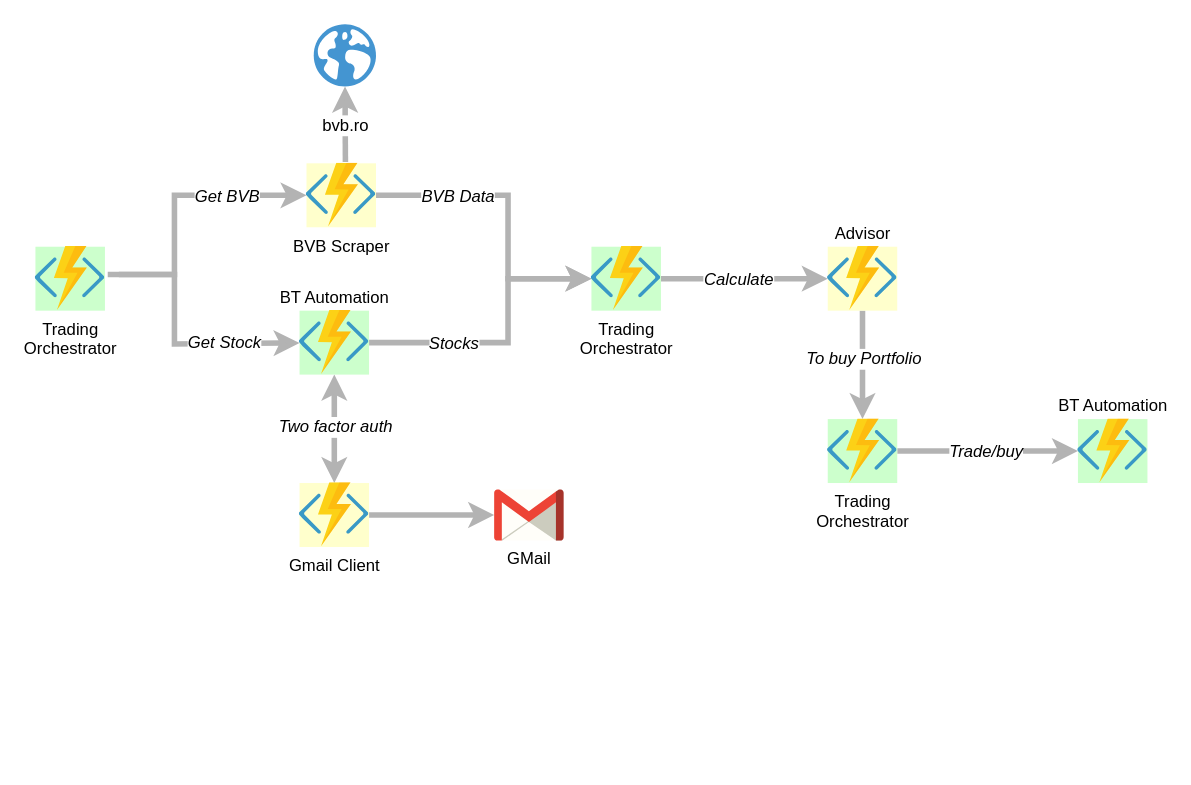
This is docs/components architecture.drawio from coosmiin/BVBScraper, a draw.io file, before an edit. Source tidied: cells renumbered, new cells numbered last; positions are measured from the earlier drawing's top-left corner, leaving out a move shared by most shapes. Both pictures are drawn from the tidied source at 139%, with x=0, y=0 at pixel (35, 24).
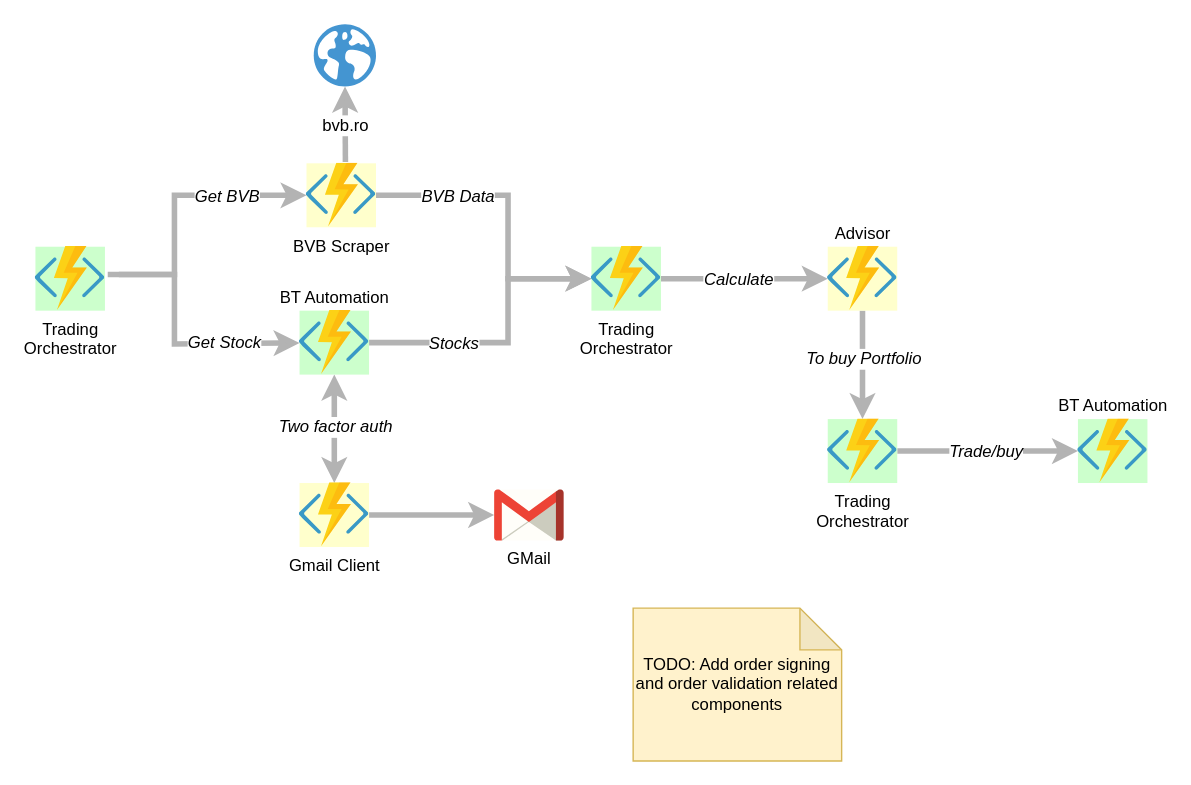
After the change.

Commit message:
Added to do notes about order signing and validation

What changed in the source:
```diff
@@
+    <mxCell id="31" value="TODO: Add order signing and order validation related components" style="shape=note;whiteSpace=wrap;html=1;backgroundOutline=1;darkOpacity=0.05;fillColor=#fff2cc;strokeColor=#d6b656;" parent="1" vertex="1">
+      <mxGeometry x="430" y="420" width="150" height="110" as="geometry" />
+    </mxCell>
```
